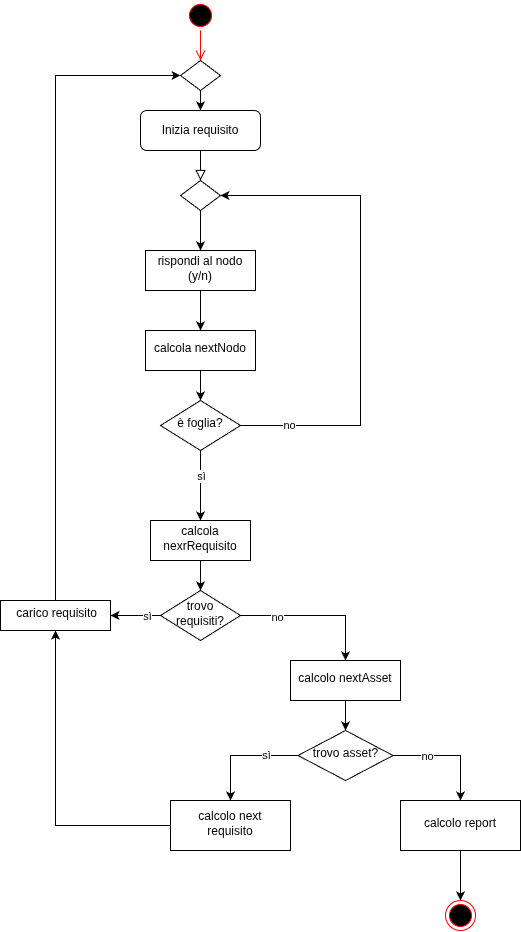
The draw.io diagram src/PB/DocumentazioneEsterna/Specifica_Tecnica/content/03-architettura/uml/png/Attività_navigazione.drawio.png in GroupRubberDuck/Documentazione, before a commit. Source tidied: cells renumbered, new cells last; positions are measured from the earlier drawing's top-left corner, leaving out a move shared by most shapes. Its diagram source:
```xml
<mxGraphModel>
  <root>
    <mxCell id="0" />
    <mxCell id="1" parent="0" />
    <mxCell id="2" style="rounded=0;html=1;jettySize=auto;fontSize=11;endArrow=block;endFill=0;endSize=8;strokeWidth=1;shadow=0;labelBackgroundColor=none;edgeStyle=orthogonalEdgeStyle;" parent="1" edge="1" source="3" target="5">
      <mxGeometry relative="1" as="geometry" />
    </mxCell>
    <mxCell id="3" value="Inizia requisito" style="rounded=1;whiteSpace=wrap;html=1;fontSize=12;glass=0;strokeWidth=1;shadow=0;" parent="1" vertex="1">
      <mxGeometry x="140" y="110" width="120" height="40" as="geometry" />
    </mxCell>
    <mxCell id="4" style="edgeStyle=orthogonalEdgeStyle;rounded=0;jettySize=auto;html=1;" parent="1" edge="1" source="5" target="11">
      <mxGeometry relative="1" as="geometry" />
    </mxCell>
    <mxCell id="5" style="rhombus;whiteSpace=wrap;html=1;shadow=0;fontFamily=Helvetica;fontSize=12;align=center;strokeWidth=1;spacing=6;spacingTop=-4;" parent="1" vertex="1">
      <mxGeometry x="180" y="180" width="40" height="30" as="geometry" />
    </mxCell>
    <mxCell id="6" style="ellipse;html=1;shape=startState;fillColor=#000000;strokeColor=#ff0000;" parent="1" vertex="1">
      <mxGeometry x="185" width="30" height="30" as="geometry" />
    </mxCell>
    <mxCell id="7" style="edgeStyle=orthogonalEdgeStyle;html=1;verticalAlign=bottom;endArrow=open;endSize=8;strokeColor=#ff0000;rounded=0;" parent="1" edge="1" source="6">
      <mxGeometry relative="1" as="geometry">
        <mxPoint x="200" y="60" as="targetPoint" />
      </mxGeometry>
    </mxCell>
    <mxCell id="8" style="edgeStyle=orthogonalEdgeStyle;rounded=0;jettySize=auto;html=1;" parent="1" edge="1" source="9" target="3">
      <mxGeometry relative="1" as="geometry" />
    </mxCell>
    <mxCell id="9" style="rhombus;whiteSpace=wrap;html=1;" parent="1" vertex="1">
      <mxGeometry x="180" y="60" width="40" height="30" as="geometry" />
    </mxCell>
    <mxCell id="10" style="edgeStyle=orthogonalEdgeStyle;rounded=0;jettySize=auto;html=1;" parent="1" edge="1" source="11" target="13">
      <mxGeometry relative="1" as="geometry" />
    </mxCell>
    <mxCell id="11" value="rispondi al nodo (y/n)" style="whiteSpace=wrap;html=1;shadow=0;strokeWidth=1;spacing=6;spacingTop=-4;" parent="1" vertex="1">
      <mxGeometry x="145" y="250" width="110" height="40" as="geometry" />
    </mxCell>
    <mxCell id="12" style="edgeStyle=orthogonalEdgeStyle;rounded=0;jettySize=auto;html=1;" parent="1" edge="1" source="13" target="18">
      <mxGeometry relative="1" as="geometry" />
    </mxCell>
    <mxCell id="13" value="calcola nextNodo" style="whiteSpace=wrap;html=1;shadow=0;strokeWidth=1;spacing=6;spacingTop=-4;" parent="1" vertex="1">
      <mxGeometry x="145" y="330" width="110" height="40" as="geometry" />
    </mxCell>
    <mxCell id="14" style="edgeStyle=orthogonalEdgeStyle;rounded=0;jettySize=auto;html=1;entryX=1;entryY=0.5;entryDx=0;entryDy=0;exitX=1;exitY=0.5;exitDx=0;exitDy=0;" parent="1" edge="1" source="18" target="5">
      <mxGeometry relative="1" as="geometry">
        <Array as="points">
          <mxPoint x="360" y="425" />
          <mxPoint x="360" y="195" />
        </Array>
      </mxGeometry>
    </mxCell>
    <mxCell id="15" value="no" style="edgeLabel;html=1;align=center;verticalAlign=middle;" parent="14" vertex="1">
      <mxGeometry x="-0.8" y="1" relative="1" as="geometry" />
    </mxCell>
    <mxCell id="16" style="edgeStyle=orthogonalEdgeStyle;rounded=0;jettySize=auto;html=1;exitX=0.5;exitY=1;exitDx=0;exitDy=0;entryX=0.5;entryY=0;entryDx=0;entryDy=0;" parent="1" edge="1" source="18" target="20">
      <mxGeometry relative="1" as="geometry" />
    </mxCell>
    <mxCell id="17" value="sì" style="edgeLabel;html=1;align=center;verticalAlign=middle;" parent="16" vertex="1">
      <mxGeometry x="-0.3" relative="1" as="geometry" />
    </mxCell>
    <mxCell id="18" value="è foglia?" style="rhombus;whiteSpace=wrap;html=1;shadow=0;strokeWidth=1;spacing=6;spacingTop=-4;" parent="1" vertex="1">
      <mxGeometry x="160" y="400" width="80" height="50" as="geometry" />
    </mxCell>
    <mxCell id="19" style="edgeStyle=orthogonalEdgeStyle;rounded=0;jettySize=auto;html=1;" parent="1" edge="1" source="20" target="25">
      <mxGeometry relative="1" as="geometry" />
    </mxCell>
    <mxCell id="20" value="calcola nexrRequisito" style="whiteSpace=wrap;html=1;shadow=0;strokeWidth=1;spacing=6;spacingTop=-4;" parent="1" vertex="1">
      <mxGeometry x="150" y="520" width="100" height="40" as="geometry" />
    </mxCell>
    <mxCell id="21" style="edgeStyle=orthogonalEdgeStyle;rounded=0;jettySize=auto;html=1;" parent="1" edge="1" source="25" target="27">
      <mxGeometry relative="1" as="geometry" />
    </mxCell>
    <mxCell id="22" value="no" style="edgeLabel;html=1;align=center;verticalAlign=middle;" parent="21" vertex="1">
      <mxGeometry x="-0.51" y="-1" relative="1" as="geometry" />
    </mxCell>
    <mxCell id="23" style="edgeStyle=orthogonalEdgeStyle;rounded=0;jettySize=auto;html=1;" parent="1" edge="1" source="25" target="29">
      <mxGeometry relative="1" as="geometry" />
    </mxCell>
    <mxCell id="24" value="sì" style="edgeLabel;html=1;align=center;verticalAlign=middle;" parent="23" vertex="1">
      <mxGeometry x="-0.46" relative="1" as="geometry" />
    </mxCell>
    <mxCell id="25" value="trovo requisiti?" style="rhombus;whiteSpace=wrap;html=1;shadow=0;strokeWidth=1;spacing=6;spacingTop=-4;" parent="1" vertex="1">
      <mxGeometry x="160" y="590" width="80" height="50" as="geometry" />
    </mxCell>
    <mxCell id="26" style="edgeStyle=orthogonalEdgeStyle;rounded=0;jettySize=auto;html=1;" parent="1" edge="1" source="27" target="34">
      <mxGeometry relative="1" as="geometry" />
    </mxCell>
    <mxCell id="27" value="calcolo nextAsset" style="whiteSpace=wrap;html=1;shadow=0;strokeWidth=1;spacing=6;spacingTop=-4;" parent="1" vertex="1">
      <mxGeometry x="290" y="660" width="110" height="40" as="geometry" />
    </mxCell>
    <mxCell id="28" style="edgeStyle=orthogonalEdgeStyle;rounded=0;jettySize=auto;html=1;entryX=0;entryY=0.5;entryDx=0;entryDy=0;" parent="1" edge="1" source="29" target="9">
      <mxGeometry relative="1" as="geometry">
        <Array as="points">
          <mxPoint x="55" y="75" />
        </Array>
      </mxGeometry>
    </mxCell>
    <mxCell id="29" value="&amp;nbsp;carico requisito" style="whiteSpace=wrap;html=1;shadow=0;strokeWidth=1;spacing=6;spacingTop=-4;" parent="1" vertex="1">
      <mxGeometry y="600" width="110" height="30" as="geometry" />
    </mxCell>
    <mxCell id="30" style="edgeStyle=orthogonalEdgeStyle;rounded=0;jettySize=auto;html=1;" parent="1" edge="1" source="34" target="36">
      <mxGeometry relative="1" as="geometry" />
    </mxCell>
    <mxCell id="31" value="no" style="edgeLabel;html=1;align=center;verticalAlign=middle;" parent="30" vertex="1">
      <mxGeometry x="-0.39" relative="1" as="geometry" />
    </mxCell>
    <mxCell id="32" style="edgeStyle=orthogonalEdgeStyle;rounded=0;jettySize=auto;html=1;" parent="1" edge="1" source="34" target="38">
      <mxGeometry relative="1" as="geometry" />
    </mxCell>
    <mxCell id="33" value="sì" style="edgeLabel;html=1;align=center;verticalAlign=middle;" parent="32" vertex="1">
      <mxGeometry x="-0.42" y="-1" relative="1" as="geometry" />
    </mxCell>
    <mxCell id="34" value="trovo asset?" style="rhombus;whiteSpace=wrap;html=1;shadow=0;strokeWidth=1;spacing=6;spacingTop=-4;" parent="1" vertex="1">
      <mxGeometry x="297.5" y="730" width="95" height="50" as="geometry" />
    </mxCell>
    <mxCell id="35" style="edgeStyle=orthogonalEdgeStyle;rounded=0;jettySize=auto;html=1;exitX=0.5;exitY=1;exitDx=0;exitDy=0;entryX=0.5;entryY=0;entryDx=0;entryDy=0;" parent="1" edge="1" source="36" target="39">
      <mxGeometry relative="1" as="geometry" />
    </mxCell>
    <mxCell id="36" value="calcolo report" style="whiteSpace=wrap;html=1;shadow=0;strokeWidth=1;spacing=6;spacingTop=-4;" parent="1" vertex="1">
      <mxGeometry x="400" y="800" width="120" height="50" as="geometry" />
    </mxCell>
    <mxCell id="37" style="edgeStyle=orthogonalEdgeStyle;rounded=0;jettySize=auto;html=1;entryX=0.5;entryY=1;entryDx=0;entryDy=0;" parent="1" edge="1" source="38" target="29">
      <mxGeometry relative="1" as="geometry" />
    </mxCell>
    <mxCell id="38" value="calcolo next requisito" style="whiteSpace=wrap;html=1;shadow=0;strokeWidth=1;spacing=6;spacingTop=-4;" parent="1" vertex="1">
      <mxGeometry x="170" y="800" width="120" height="50" as="geometry" />
    </mxCell>
    <mxCell id="39" style="ellipse;html=1;shape=endState;fillColor=#000000;strokeColor=#ff0000;" parent="1" vertex="1">
      <mxGeometry x="445" y="900" width="30" height="30" as="geometry" />
    </mxCell>
  </root>
</mxGraphModel>
```
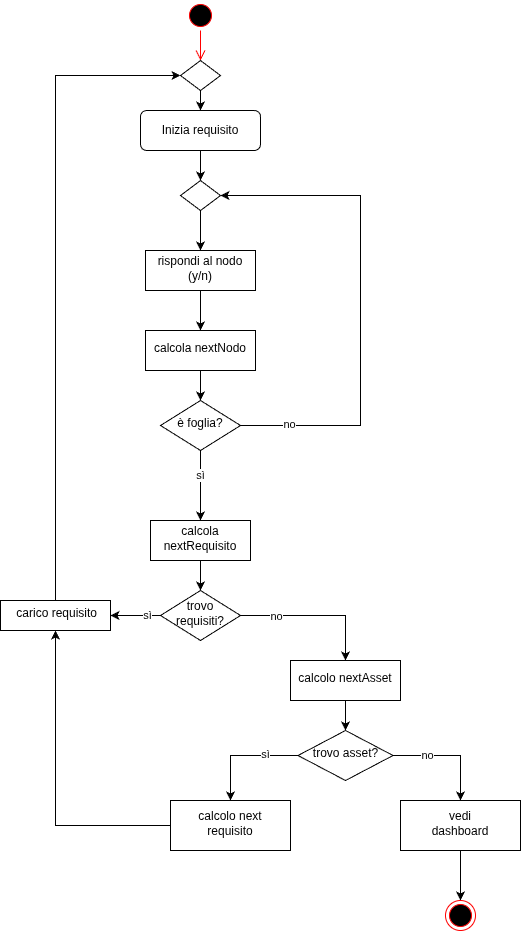
Later version of the same file.

The edit, as a diff of the source:
```diff
@@ -2,7 +2,7 @@
   <root>
     <mxCell id="0" />
     <mxCell id="1" parent="0" />
-    <mxCell id="2" style="rounded=0;html=1;jettySize=auto;fontSize=11;endArrow=block;endFill=0;endSize=8;strokeWidth=1;shadow=0;labelBackgroundColor=none;edgeStyle=orthogonalEdgeStyle;" parent="1" edge="1" source="3" target="5">
+    <mxCell id="2" style="edgeStyle=none;html=1;" parent="1" edge="1" source="3" target="5">
       <mxGeometry relative="1" as="geometry" />
     </mxCell>
     <mxCell id="3" value="Inizia requisito" style="rounded=1;whiteSpace=wrap;html=1;fontSize=12;glass=0;strokeWidth=1;shadow=0;" parent="1" vertex="1">
@@ -63,7 +63,7 @@
     <mxCell id="19" style="edgeStyle=orthogonalEdgeStyle;rounded=0;jettySize=auto;html=1;" parent="1" edge="1" source="20" target="25">
       <mxGeometry relative="1" as="geometry" />
     </mxCell>
-    <mxCell id="20" value="calcola nexrRequisito" style="whiteSpace=wrap;html=1;shadow=0;strokeWidth=1;spacing=6;spacingTop=-4;" parent="1" vertex="1">
+    <mxCell id="20" value="calcola nextRequisito" style="whiteSpace=wrap;html=1;shadow=0;strokeWidth=1;spacing=6;spacingTop=-4;" parent="1" vertex="1">
       <mxGeometry x="150" y="520" width="100" height="40" as="geometry" />
     </mxCell>
     <mxCell id="21" style="edgeStyle=orthogonalEdgeStyle;rounded=0;jettySize=auto;html=1;" parent="1" edge="1" source="25" target="27">
@@ -115,7 +115,7 @@
     <mxCell id="35" style="edgeStyle=orthogonalEdgeStyle;rounded=0;jettySize=auto;html=1;exitX=0.5;exitY=1;exitDx=0;exitDy=0;entryX=0.5;entryY=0;entryDx=0;entryDy=0;" parent="1" edge="1" source="36" target="39">
       <mxGeometry relative="1" as="geometry" />
     </mxCell>
-    <mxCell id="36" value="calcolo report" style="whiteSpace=wrap;html=1;shadow=0;strokeWidth=1;spacing=6;spacingTop=-4;" parent="1" vertex="1">
+    <mxCell id="36" value="vedi&lt;br&gt;dashboard" style="whiteSpace=wrap;html=1;shadow=0;strokeWidth=1;spacing=6;spacingTop=-4;" parent="1" vertex="1">
       <mxGeometry x="400" y="800" width="120" height="50" as="geometry" />
     </mxCell>
     <mxCell id="37" style="edgeStyle=orthogonalEdgeStyle;rounded=0;jettySize=auto;html=1;entryX=0.5;entryY=1;entryDx=0;entryDy=0;" parent="1" edge="1" source="38" target="29">
```
